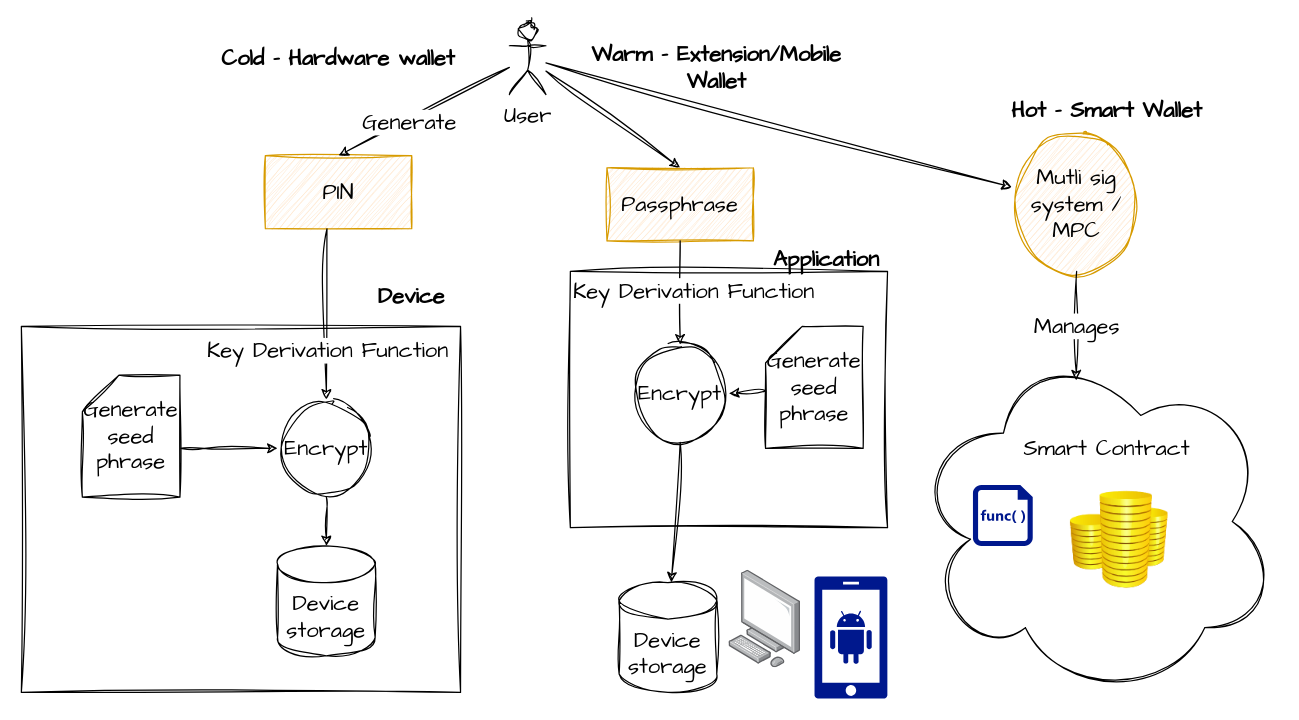
rya-sge/access-denied keeps this draw.io diagram as page "Page-15" (16 of 21) of schema/crypto-wallet.drawio. Above is the earlier version. Source tidied: cells renumbered, new cells numbered last; positions are measured from the earlier drawing's top-left corner, leaving out a move shared by most shapes. Both pictures are drawn from the tidied source at 122%, with x=0, y=0 at pixel (21, 21).
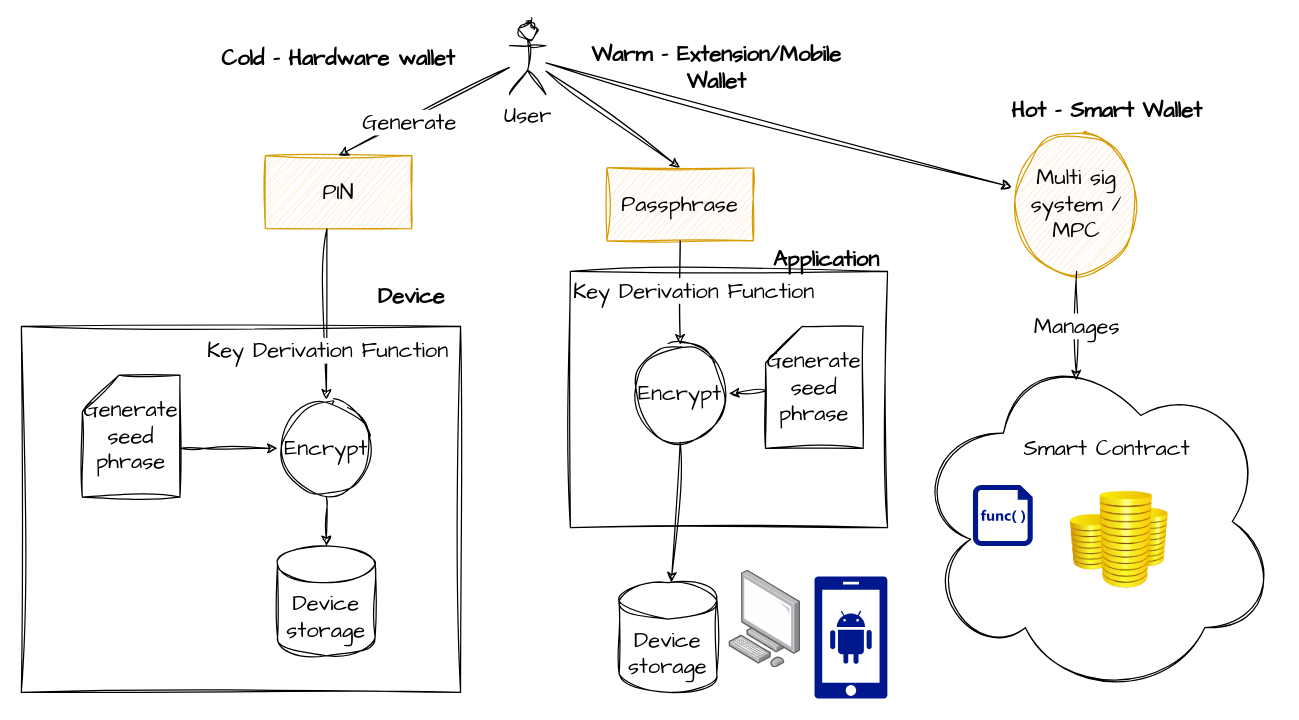
The same page after the edit.

What changed in the source:
```diff
@@
-    <mxCell id="36" value="Mutli sig system / MPC" style="ellipse;whiteSpace=wrap;html=1;sketch=1;hachureGap=4;jiggle=2;fontFamily=Architects Daughter;fontSize=18;fillColor=#ffe6cc;strokeColor=#d79b00;" parent="1" vertex="1">
+    <mxCell id="36" value="Multi sig system / MPC" style="ellipse;whiteSpace=wrap;html=1;sketch=1;hachureGap=4;jiggle=2;fontFamily=Architects Daughter;fontSize=18;fillColor=#ffe6cc;strokeColor=#d79b00;" parent="1" vertex="1">
       <mxGeometry x="810" y="95" width="110" height="110" as="geometry" />
     </mxCell>
```
